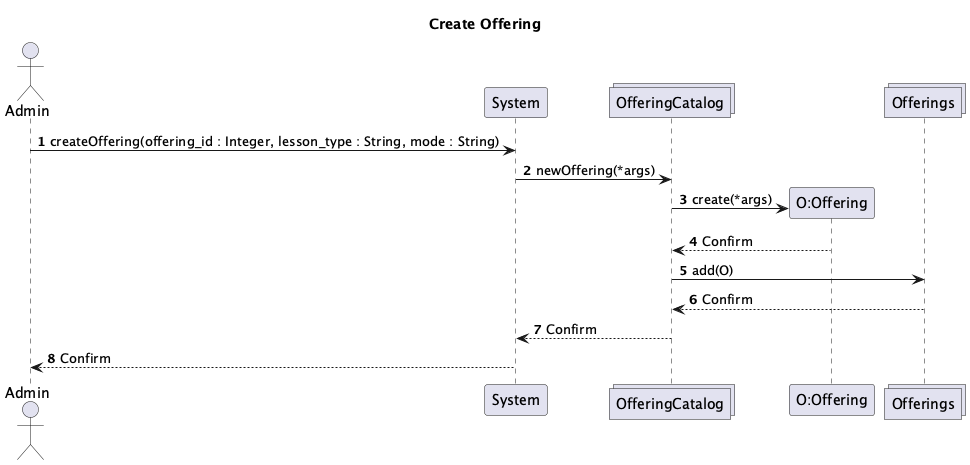
Above: System-Diagrams/UML Interaction/Admin/Admin-Interaction-Diagrams.png in vibqetowi/soen-342-project (PlantUML), before the change. Its diagram source:
```plantuml
@startuml
actor Admin
participant System
collections OfferingCatalog
participant "O:Offering"
collections Offerings

title Create Offering

autonumber

Admin -> System : createOffering(offering_id : Integer, lesson_type : String, mode : String)
System -> OfferingCatalog: newOffering(*args)
OfferingCatalog -> "O:Offering" **: create(*args)
"O:Offering" --> OfferingCatalog: Confirm
OfferingCatalog -> Offerings: add(O)
Offerings --> OfferingCatalog: Confirm
OfferingCatalog --> System : Confirm
System --> Admin : Confirm

@enduml
```
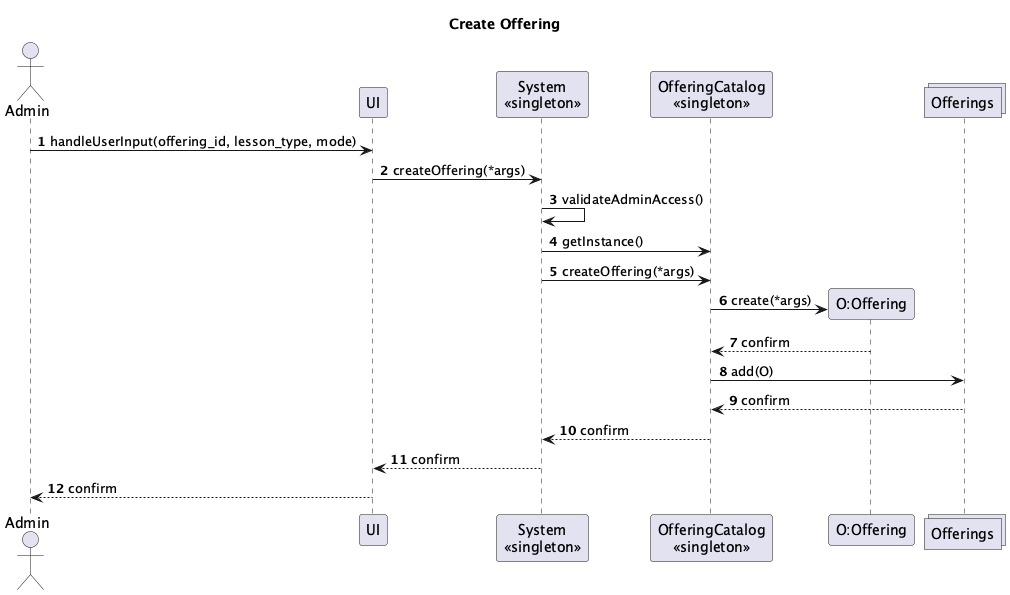
Later version of the same file.

Change to the diagram source:
```diff
@@ -1,21 +1,27 @@
 @startuml
 actor Admin
-participant System
-collections OfferingCatalog
-participant "O:Offering"
+participant UI
+participant "System\n<<singleton>>" as System
+participant "OfferingCatalog\n<<singleton>>" as OfferingCatalog
+participant "O:Offering" as Offering
 collections Offerings
 
 title Create Offering
 
 autonumber
 
-Admin -> System : createOffering(offering_id : Integer, lesson_type : String, mode : String)
-System -> OfferingCatalog: newOffering(*args)
-OfferingCatalog -> "O:Offering" **: create(*args)
-"O:Offering" --> OfferingCatalog: Confirm
+Admin -> UI: handleUserInput(offering_id, lesson_type, mode)
+UI -> System: createOffering(*args)
+
+System -> System: validateAdminAccess()
+System -> OfferingCatalog: getInstance()
+System -> OfferingCatalog: createOffering(*args)
+OfferingCatalog -> Offering **: create(*args)
+Offering --> OfferingCatalog: confirm
 OfferingCatalog -> Offerings: add(O)
-Offerings --> OfferingCatalog: Confirm
-OfferingCatalog --> System : Confirm
-System --> Admin : Confirm
+Offerings --> OfferingCatalog: confirm
+OfferingCatalog --> System: confirm
+System --> UI: confirm
+UI --> Admin: confirm
 
 @enduml
```
